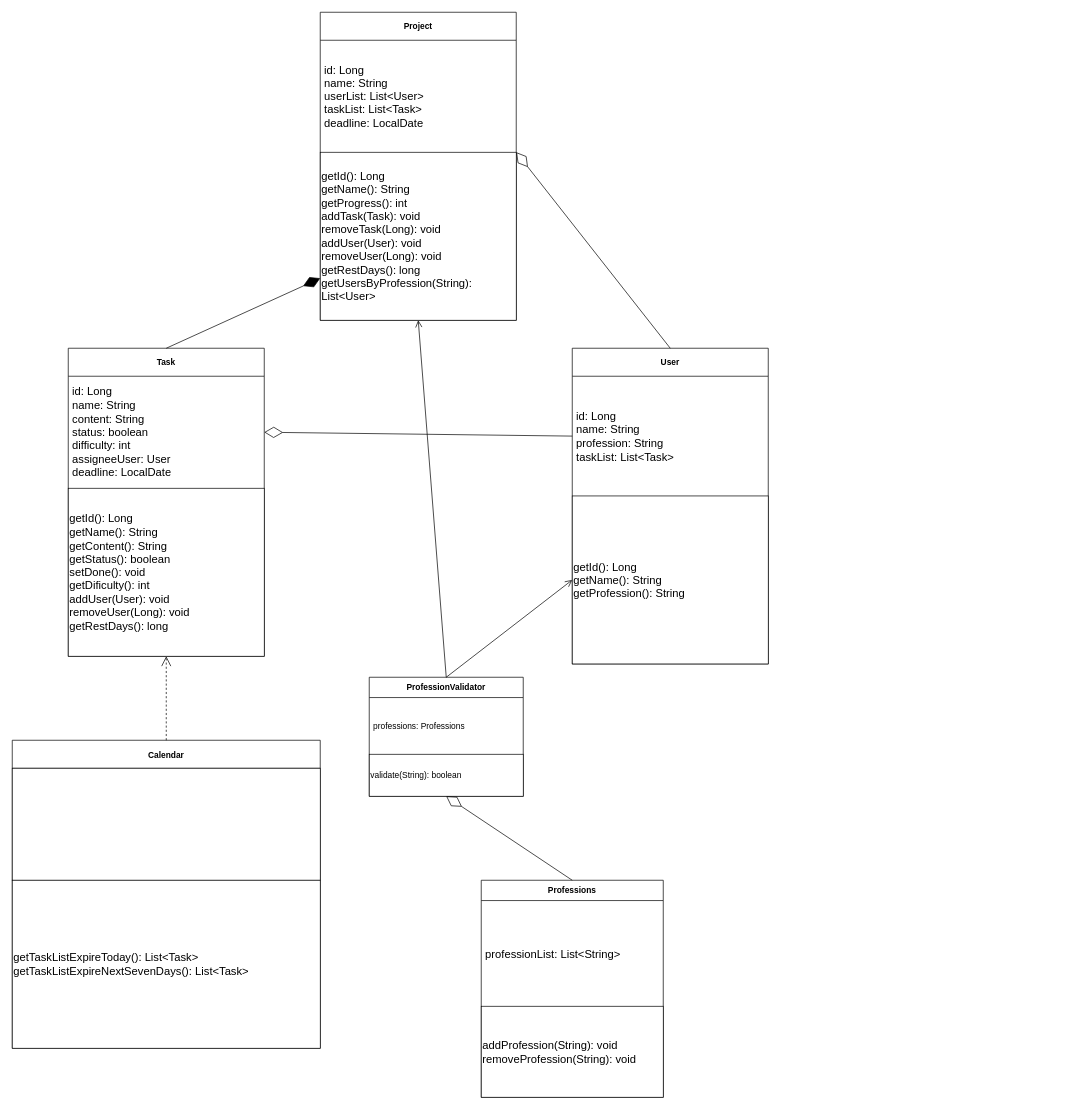
Earlier version of the draw.io diagram uml.drawio (SibGuys/ood). Source tidied: cells renumbered, new cells numbered last; positions are measured from the earlier drawing's top-left corner, leaving out a move shared by most shapes. Both pictures are drawn from the tidied source at 70%, with x=0, y=0 at pixel (12, 12).
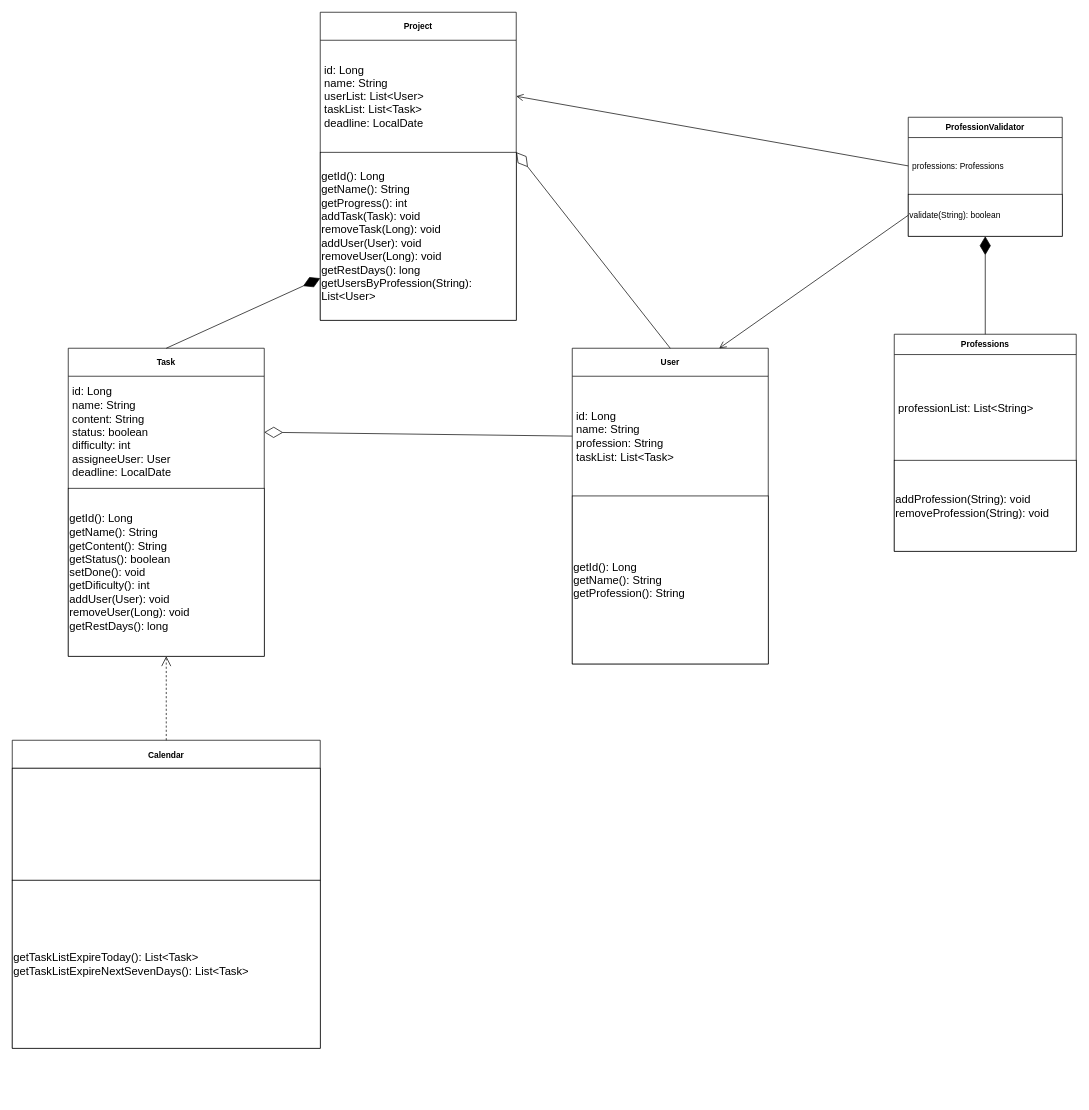
The same page after the edit.

The change refers to these unchanged cells:
```xml
<mxCell id="5" value="Project" style="swimlane;fontStyle=1;align=center;verticalAlign=middle;horizontal=1;startSize=40;html=1;whiteSpace=wrap;" parent="1" vertex="1">
  <mxGeometry x="440" width="280" height="440" as="geometry" />
</mxCell>
<mxCell id="6" value="&lt;font style=&quot;font-size: 16px;&quot;&gt;id: Long&lt;br&gt;name: String&lt;br&gt;userList: List&amp;lt;User&amp;gt;&lt;br&gt;taskList: List&amp;lt;Task&amp;gt;&lt;br&gt;deadline: LocalDate&lt;br&gt;&lt;/font&gt;" style="text;html=1;strokeColor=none;fillColor=none;align=left;verticalAlign=middle;spacingLeft=4;spacingRight=4;overflow=hidden;points=[[0,0.5],[1,0.5]];portConstraint=eastwest;whiteSpace=wrap;" parent="5" vertex="1">
  <mxGeometry y="40" width="280" height="160" as="geometry" />
</mxCell>
<mxCell id="8" value="User" style="swimlane;fontStyle=1;align=center;verticalAlign=middle;horizontal=1;startSize=40;html=1;whiteSpace=wrap;" parent="1" vertex="1">
  <mxGeometry x="800" y="480" width="280" height="451" as="geometry" />
</mxCell>
<mxCell id="10" value="&lt;font style=&quot;font-size: 16px;&quot;&gt;getId(): Long&lt;br&gt;getName(): String&lt;br&gt;getProfession(): String&lt;br&gt;&lt;/font&gt;" style="rounded=0;whiteSpace=wrap;html=1;fontSize=16;align=left;" parent="8" vertex="1">
  <mxGeometry y="211" width="280" height="240" as="geometry" />
</mxCell>
<mxCell id="22" value="professions: Professions" style="text;html=1;strokeColor=none;fillColor=none;align=left;verticalAlign=middle;spacingLeft=4;spacingRight=4;overflow=hidden;points=[[0,0.5],[1,0.5]];portConstraint=eastwest;whiteSpace=wrap;" parent="21" vertex="1">
  <mxGeometry y="29" width="220" height="81" as="geometry" />
</mxCell>
<mxCell id="23" value="validate(String): boolean" style="rounded=0;whiteSpace=wrap;html=1;align=left;" parent="21" vertex="1">
  <mxGeometry y="110" width="220" height="60" as="geometry" />
</mxCell>
```

Change to the diagram source:
```diff
@@
     <mxCell id="18" value="&lt;font style=&quot;font-size: 12px;&quot;&gt;Professions&lt;/font&gt;" style="swimlane;fontStyle=1;align=center;verticalAlign=middle;horizontal=1;startSize=29;html=1;whiteSpace=wrap;" parent="1" vertex="1">
-      <mxGeometry x="670" y="1240" width="260" height="310" as="geometry" />
+      <mxGeometry x="1260" y="460" width="260" height="310" as="geometry" />
     </mxCell>
@@
     <mxCell id="21" value="ProfessionValidator" style="swimlane;fontStyle=1;align=center;verticalAlign=middle;horizontal=1;startSize=29;html=1;whiteSpace=wrap;" parent="1" vertex="1">
-      <mxGeometry x="510" y="950" width="220" height="170" as="geometry" />
+      <mxGeometry x="1280" y="150" width="220" height="170" as="geometry" />
     </mxCell>
@@
-    <mxCell id="24" style="endArrow=diamondThin;endFill=0;endSize=24;html=1;rounded=0;exitX=0.5;exitY=0;exitDx=0;exitDy=0;entryX=0.5;entryY=1;entryDx=0;entryDy=0;" parent="1" edge="1" source="18" target="21">
-      <mxGeometry relative="1" as="geometry" />
-    </mxCell>
-    <mxCell id="25" style="endArrow=open;startArrow=none;endFill=0;startFill=0;endSize=8;html=1;verticalAlign=bottom;labelBackgroundColor=none;strokeWidth=1;rounded=0;exitX=0.5;exitY=0;exitDx=0;exitDy=0;entryX=0;entryY=0.5;entryDx=0;entryDy=0;" parent="1" edge="1" source="21" target="10">
+    <mxCell id="25" style="endArrow=open;startArrow=none;endFill=0;startFill=0;endSize=8;html=1;verticalAlign=bottom;labelBackgroundColor=none;strokeWidth=1;rounded=0;exitX=0;exitY=0.5;exitDx=0;exitDy=0;entryX=0.75;entryY=0;entryDx=0;entryDy=0;" parent="1" edge="1" source="23" target="8">
       <mxGeometry relative="1" as="geometry" />
     </mxCell>
-    <mxCell id="26" style="endArrow=open;startArrow=none;endFill=0;startFill=0;endSize=8;html=1;verticalAlign=bottom;labelBackgroundColor=none;strokeWidth=1;rounded=0;exitX=0.5;exitY=0;exitDx=0;exitDy=0;entryX=0.5;entryY=1;entryDx=0;entryDy=0;" parent="1" edge="1" source="21" target="5">
+    <mxCell id="26" style="endArrow=open;startArrow=none;endFill=0;startFill=0;endSize=8;html=1;verticalAlign=bottom;labelBackgroundColor=none;strokeWidth=1;rounded=0;exitX=0;exitY=0.5;exitDx=0;exitDy=0;entryX=1;entryY=0.5;entryDx=0;entryDy=0;" parent="1" edge="1" source="22" target="6">
       <mxGeometry relative="1" as="geometry" />
     </mxCell>
+    <mxCell id="24" style="endArrow=diamondThin;endFill=1;endSize=24;html=1;rounded=0;exitX=0.5;exitY=0;exitDx=0;exitDy=0;entryX=0.5;entryY=1;entryDx=0;entryDy=0;" parent="1" edge="1" source="18" target="21">
+      <mxGeometry relative="1" as="geometry" />
+    </mxCell>
```
